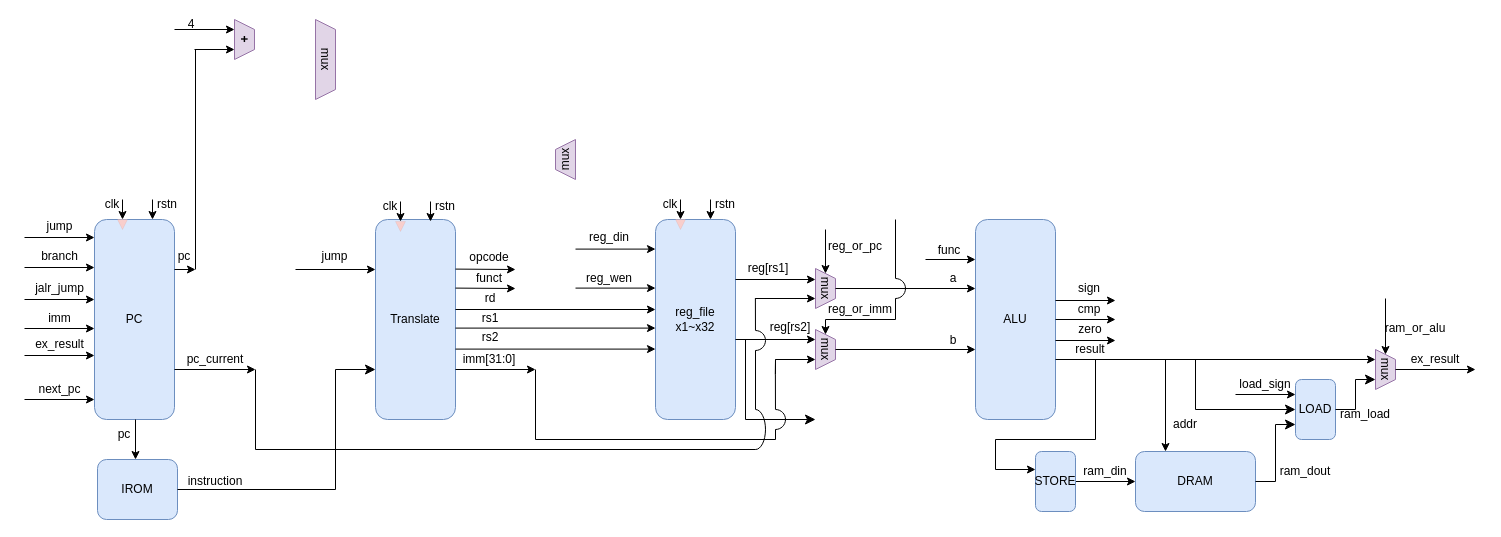
The draw.io diagram riscv.drawio in youmiwei/drawio, before the edit. Source tidied: cells renumbered, new cells numbered last; positions are measured from the earlier drawing's top-left corner, leaving out a move shared by most shapes. Both pictures are drawn from the tidied source at 100%, with x=0, y=0 at pixel (24, 19).
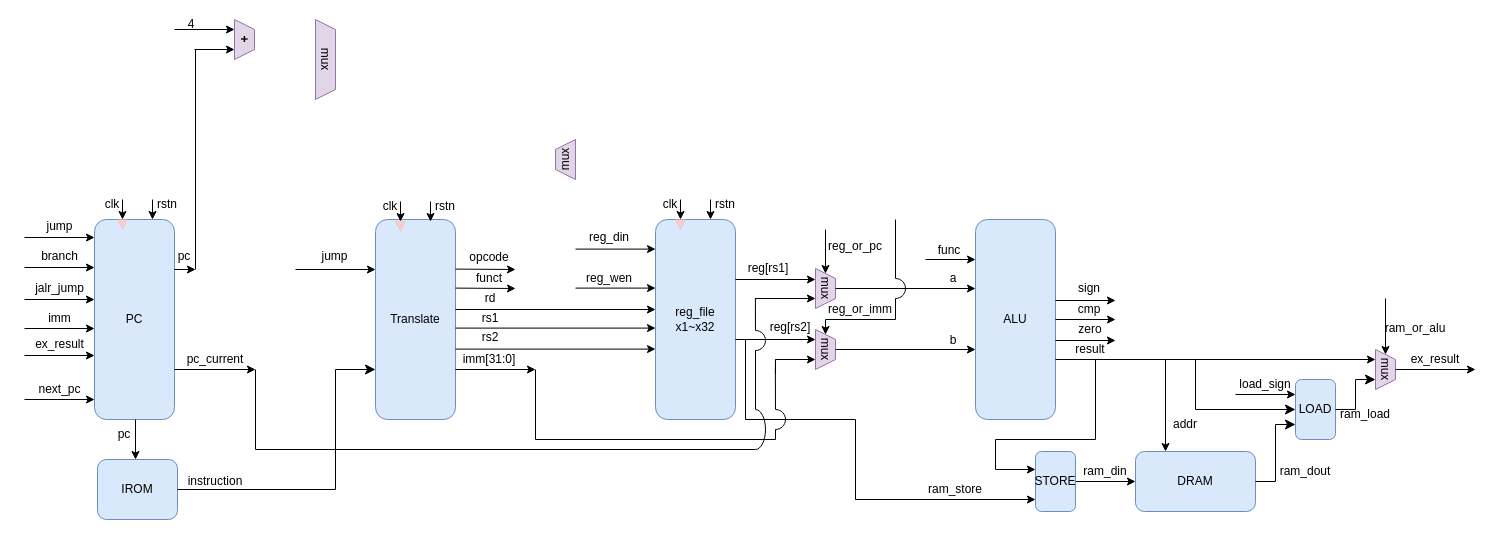
Above is the later version.

Diff of the diagram source:
```diff
@@
-    <mxCell id="72" style="edgeStyle=segmentEdgeStyle;endArrow=classic;html=1;curved=0;rounded=0;endSize=8;startSize=8;" parent="1" edge="1">
-      <mxGeometry relative="1" as="geometry">
-        <mxPoint x="721" y="320" as="sourcePoint" />
-        <mxPoint x="791" y="400" as="targetPoint" />
-        <Array as="points">
-          <mxPoint x="721" y="400" />
-        </Array>
-      </mxGeometry>
-    </mxCell>
@@
+    <mxCell id="134" style="endArrow=none;html=1;rounded=0;" parent="1" edge="1">
+      <mxGeometry relative="1" as="geometry">
+        <mxPoint x="721" y="400" as="sourcePoint" />
+        <mxPoint x="721" y="320" as="targetPoint" />
+      </mxGeometry>
+    </mxCell>
+    <mxCell id="135" style="endArrow=none;html=1;rounded=0;" parent="1" edge="1">
+      <mxGeometry relative="1" as="geometry">
+        <mxPoint x="721" y="400" as="sourcePoint" />
+        <mxPoint x="831" y="400" as="targetPoint" />
+      </mxGeometry>
+    </mxCell>
+    <mxCell id="136" style="endArrow=none;html=1;rounded=0;" parent="1" edge="1">
+      <mxGeometry relative="1" as="geometry">
+        <mxPoint x="831" y="480" as="sourcePoint" />
+        <mxPoint x="831" y="400" as="targetPoint" />
+      </mxGeometry>
+    </mxCell>
+    <mxCell id="137" style="endArrow=classic;html=1;rounded=0;" parent="1" edge="1">
+      <mxGeometry relative="1" as="geometry">
+        <mxPoint x="831" y="480" as="sourcePoint" />
+        <mxPoint x="1011" y="480" as="targetPoint" />
+      </mxGeometry>
+    </mxCell>
+    <mxCell id="138" value="ram_store" style="text;html=1;align=center;verticalAlign=middle;whiteSpace=wrap;rounded=0;" parent="1" vertex="1">
+      <mxGeometry x="901" y="465" width="60" height="10" as="geometry" />
+    </mxCell>
```
